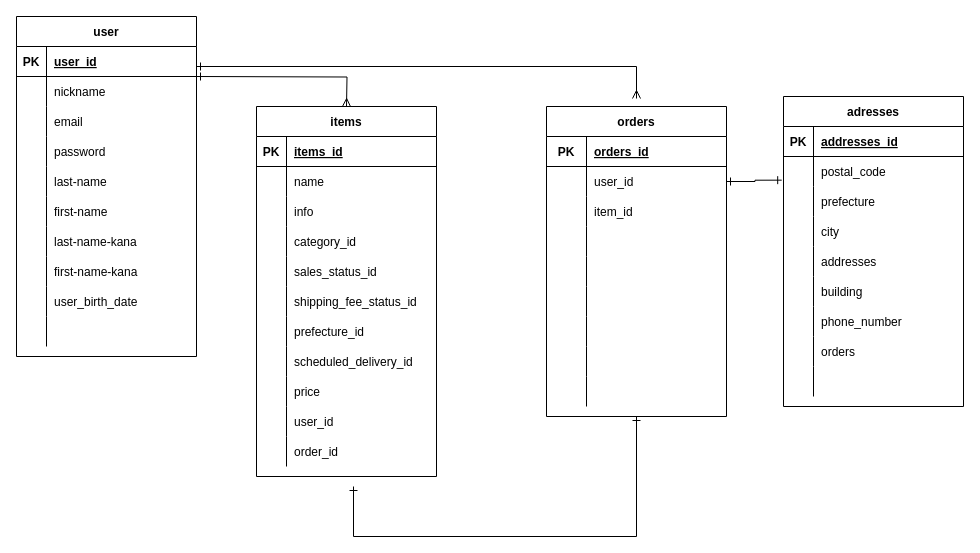
This is config/furima.dio from izmzmzmi/furima-kagawa2021-egsb, a draw.io file, before an edit. Source tidied: cells renumbered, new cells numbered last; positions are measured from the earlier drawing's top-left corner, leaving out a move shared by most shapes. Both pictures are drawn from the tidied source at 100%, with x=0, y=0 at pixel (16, 16).
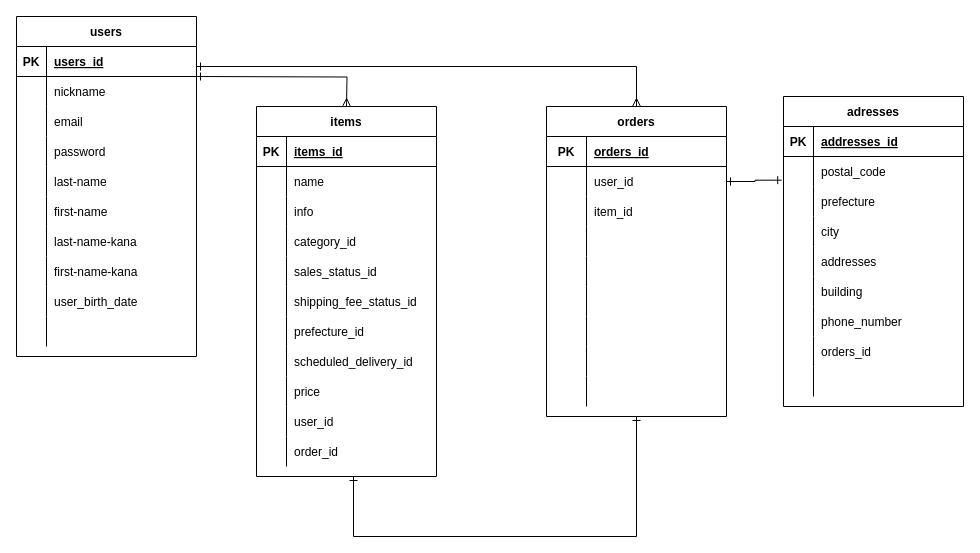
The same diagram, later.

Commit message (it also covers changes not shown here):
テーブル設計修正

Unchanged cells that the change refers to:
```xml
<mxCell id="2" value="orders" style="shape=table;startSize=30;childLayout=tableLayout;rowLines=0;fontStyle=1;align=center;strokeWidth=1;gradientColor=none;" parent="1" vertex="1">
  <mxGeometry x="530" y="90" width="180" height="310" as="geometry" />
</mxCell>
<mxCell id="68" style="shape=partialRectangle;fillColor=none;top=0;left=0;bottom=1;right=0;" parent="67" vertex="1">
  <mxGeometry y="30" width="180" height="30" as="geometry" />
</mxCell>
<mxCell id="120" style="shape=partialRectangle;fillColor=none;top=0;left=0;bottom=0;right=0;" parent="98" vertex="1">
  <mxGeometry y="240" width="180" height="30" as="geometry" />
</mxCell>
```

Change to the diagram source:
```diff
@@
-    <mxCell id="64" style="edgeStyle=orthogonalEdgeStyle;rounded=0;orthogonalLoop=1;jettySize=auto;html=1;startArrow=ERone;startFill=0;endArrow=ERmany;endFill=0;endSize=6;exitX=0.995;exitY=0.261;exitDx=0;exitDy=0;exitPerimeter=0;" parent="1" edge="1">
+    <mxCell id="64" style="edgeStyle=orthogonalEdgeStyle;rounded=0;jettySize=auto;html=1;startArrow=ERone;startFill=0;endArrow=ERmany;endFill=0;endSize=6;exitX=0.995;exitY=0.261;exitDx=0;exitDy=0;exitPerimeter=0;entryX=0.5;entryY=0;entryDx=0;entryDy=0;entryPerimeter=0;" parent="1" edge="1" target="2">
       <mxGeometry relative="1" as="geometry">
         <mxPoint x="180" y="50" as="sourcePoint" />
-        <mxPoint x="620" y="82" as="targetPoint" />
         <Array as="points">
-          <mxPoint x="619.9" y="50.2" />
+          <mxPoint x="620" y="50" />
         </Array>
       </mxGeometry>
     </mxCell>
@@
     <mxCell id="66" style="edgeStyle=orthogonalEdgeStyle;rounded=0;jettySize=auto;html=1;startArrow=ERone;startFill=0;endArrow=ERone;endFill=0;endSize=6;exitX=0.5;exitY=1;exitDx=0;exitDy=0;" parent="1" edge="1" source="2">
       <mxGeometry relative="1" as="geometry">
-        <mxPoint x="337" y="470" as="targetPoint" />
+        <mxPoint x="337" y="460" as="targetPoint" />
         <Array as="points">
           <mxPoint x="620" y="520" />
           <mxPoint x="337" y="520" />
         </Array>
       </mxGeometry>
     </mxCell>
-    <mxCell id="67" value="user" style="shape=table;startSize=30;childLayout=tableLayout;rowLines=0;fontStyle=1;align=center;strokeWidth=1;gradientColor=none;" parent="1" vertex="1">
+    <mxCell id="67" value="users" style="shape=table;startSize=30;childLayout=tableLayout;rowLines=0;fontStyle=1;align=center;strokeWidth=1;gradientColor=none;" parent="1" vertex="1">
       <mxGeometry width="180" height="340" as="geometry" />
     </mxCell>
@@
-    <mxCell id="70" value="user_id" style="shape=partialRectangle;fillColor=none;top=0;left=0;bottom=0;right=0;align=left;spacingLeft=6;fontStyle=5;overflow=hidden;" parent="68" vertex="1">
+    <mxCell id="70" value="users_id" style="shape=partialRectangle;fillColor=none;top=0;left=0;bottom=0;right=0;align=left;spacingLeft=6;fontStyle=5;overflow=hidden;" parent="68" vertex="1">
       <mxGeometry x="30" width="150" height="30" as="geometry" />
     </mxCell>
@@
-    <mxCell id="122" value="orders" style="shape=partialRectangle;fillColor=none;top=0;left=0;bottom=0;right=0;align=left;spacingLeft=6;overflow=hidden;" parent="120" vertex="1">
+    <mxCell id="122" value="orders_id" style="shape=partialRectangle;fillColor=none;top=0;left=0;bottom=0;right=0;align=left;spacingLeft=6;overflow=hidden;" parent="120" vertex="1">
       <mxGeometry x="30" width="150" height="30" as="geometry" />
     </mxCell>
```
